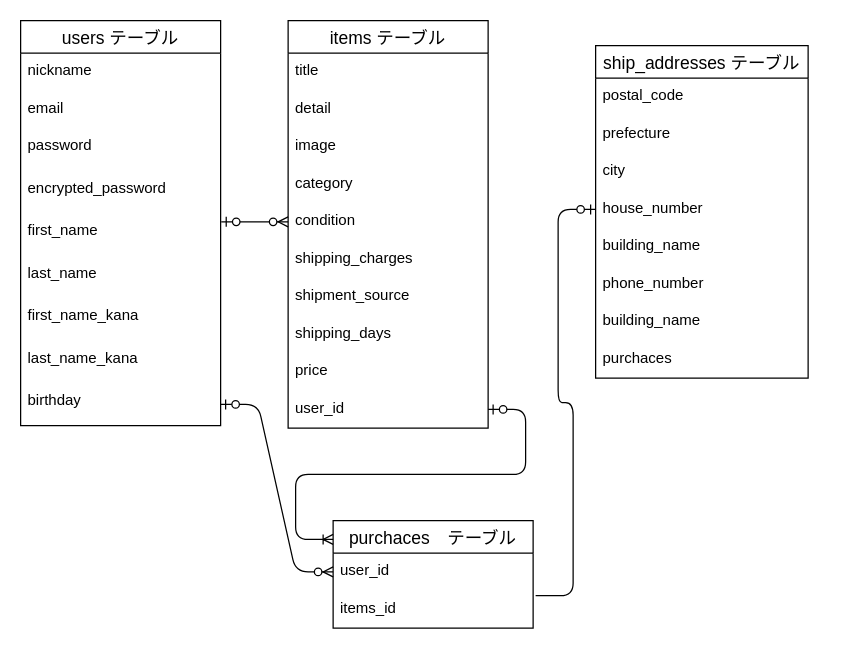
Above: furima.dio in toku39/furima-36088 (draw.io), before the change. Source tidied: cells renumbered, new cells numbered last; positions are measured from the earlier drawing's top-left corner, leaving out a move shared by most shapes. Both pictures are drawn from the tidied source at 125%, with x=0, y=0 at pixel (20, 20).
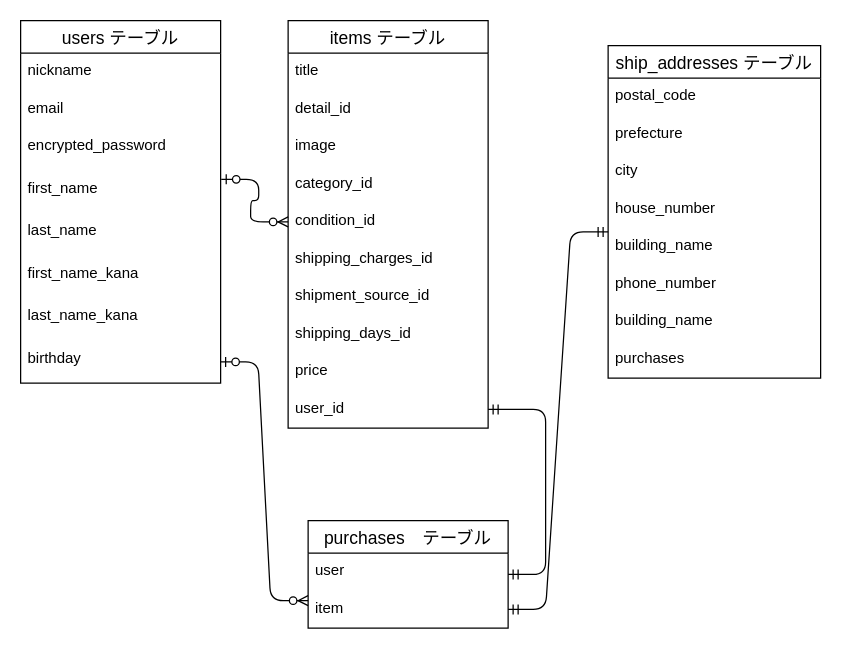
Above is the later version.

Commit message (it also covers changes not shown here):
データベース設計　修正#2

Unchanged cells that the change refers to:
```xml
<mxCell id="12" value="items テーブル" style="swimlane;fontStyle=0;horizontal=1;startSize=26;align=center;fontSize=14;" parent="1" vertex="1">
  <mxGeometry x="214" width="160" height="326" as="geometry" />
</mxCell>
<mxCell id="22" value="user_id" style="text;strokeColor=none;fillColor=none;spacingLeft=4;spacingRight=4;overflow=hidden;points=[[0,0.5],[1,0.5]];portConstraint=eastwest;fontSize=12;" parent="12" vertex="1">
  <mxGeometry y="296" width="160" height="30" as="geometry" />
</mxCell>
```

The edit, as a diff of the source:
```diff
@@
     <mxCell id="2" value="users テーブル" style="swimlane;fontStyle=0;horizontal=1;startSize=26;align=center;fontSize=14;" parent="1" vertex="1">
-      <mxGeometry width="160" height="324" as="geometry" />
+      <mxGeometry width="160" height="290" as="geometry" />
     </mxCell>
@@
-    <mxCell id="5" value="password" style="text;strokeColor=none;fillColor=none;spacingLeft=4;spacingRight=4;overflow=hidden;fontSize=12;" parent="2" vertex="1">
-      <mxGeometry y="86" width="160" height="34" as="geometry" />
-    </mxCell>
     <mxCell id="6" value="encrypted_password&#10;" style="text;strokeColor=none;fillColor=none;spacingLeft=4;spacingRight=4;overflow=hidden;fontSize=12;" parent="2" vertex="1">
-      <mxGeometry y="120" width="160" height="34" as="geometry" />
+      <mxGeometry y="86" width="160" height="34" as="geometry" />
     </mxCell>
     <mxCell id="7" value="first_name" style="text;strokeColor=none;fillColor=none;spacingLeft=4;spacingRight=4;overflow=hidden;points=[[0,0.5],[1,0.5]];portConstraint=eastwest;fontSize=12;" parent="2" vertex="1">
-      <mxGeometry y="154" width="160" height="34" as="geometry" />
+      <mxGeometry y="120" width="160" height="34" as="geometry" />
     </mxCell>
     <mxCell id="8" value="last_name" style="text;strokeColor=none;fillColor=none;spacingLeft=4;spacingRight=4;overflow=hidden;fontSize=12;" parent="2" vertex="1">
-      <mxGeometry y="188" width="160" height="34" as="geometry" />
+      <mxGeometry y="154" width="160" height="34" as="geometry" />
     </mxCell>
     <mxCell id="9" value="first_name_kana" style="text;strokeColor=none;fillColor=none;spacingLeft=4;spacingRight=4;overflow=hidden;fontSize=12;" parent="2" vertex="1">
-      <mxGeometry y="222" width="160" height="34" as="geometry" />
+      <mxGeometry y="188" width="160" height="34" as="geometry" />
     </mxCell>
     <mxCell id="10" value="last_name_kana&#10;" style="text;strokeColor=none;fillColor=none;spacingLeft=4;spacingRight=4;overflow=hidden;fontSize=12;" parent="2" vertex="1">
-      <mxGeometry y="256" width="160" height="34" as="geometry" />
+      <mxGeometry y="222" width="160" height="34" as="geometry" />
     </mxCell>
     <mxCell id="11" value="birthday" style="text;strokeColor=none;fillColor=none;spacingLeft=4;spacingRight=4;overflow=hidden;points=[[0,0.5],[1,0.5]];portConstraint=eastwest;fontSize=12;" parent="2" vertex="1">
-      <mxGeometry y="290" width="160" height="34" as="geometry" />
+      <mxGeometry y="256" width="160" height="34" as="geometry" />
     </mxCell>
@@
-    <mxCell id="14" value="detail" style="text;strokeColor=none;fillColor=none;spacingLeft=4;spacingRight=4;overflow=hidden;fontSize=12;" parent="12" vertex="1">
+    <mxCell id="14" value="detail_id" style="text;strokeColor=none;fillColor=none;spacingLeft=4;spacingRight=4;overflow=hidden;fontSize=12;" parent="12" vertex="1">
       <mxGeometry y="56" width="160" height="30" as="geometry" />
     </mxCell>
@@
-    <mxCell id="16" value="category" style="text;strokeColor=none;fillColor=none;spacingLeft=4;spacingRight=4;overflow=hidden;fontSize=12;" parent="12" vertex="1">
+    <mxCell id="16" value="category_id" style="text;strokeColor=none;fillColor=none;spacingLeft=4;spacingRight=4;overflow=hidden;fontSize=12;" parent="12" vertex="1">
       <mxGeometry y="116" width="160" height="30" as="geometry" />
     </mxCell>
-    <mxCell id="17" value="condition" style="text;strokeColor=none;fillColor=none;spacingLeft=4;spacingRight=4;overflow=hidden;points=[[0,0.5],[1,0.5]];portConstraint=eastwest;fontSize=12;" parent="12" vertex="1">
+    <mxCell id="17" value="condition_id" style="text;strokeColor=none;fillColor=none;spacingLeft=4;spacingRight=4;overflow=hidden;points=[[0,0.5],[1,0.5]];portConstraint=eastwest;fontSize=12;" parent="12" vertex="1">
       <mxGeometry y="146" width="160" height="30" as="geometry" />
     </mxCell>
-    <mxCell id="18" value="shipping_charges" style="text;strokeColor=none;fillColor=none;spacingLeft=4;spacingRight=4;overflow=hidden;fontSize=12;" parent="12" vertex="1">
+    <mxCell id="18" value="shipping_charges_id" style="text;strokeColor=none;fillColor=none;spacingLeft=4;spacingRight=4;overflow=hidden;fontSize=12;" parent="12" vertex="1">
       <mxGeometry y="176" width="160" height="30" as="geometry" />
     </mxCell>
-    <mxCell id="19" value="shipment_source" style="text;strokeColor=none;fillColor=none;spacingLeft=4;spacingRight=4;overflow=hidden;fontSize=12;" parent="12" vertex="1">
+    <mxCell id="19" value="shipment_source_id" style="text;strokeColor=none;fillColor=none;spacingLeft=4;spacingRight=4;overflow=hidden;fontSize=12;" parent="12" vertex="1">
       <mxGeometry y="206" width="160" height="30" as="geometry" />
     </mxCell>
-    <mxCell id="20" value="shipping_days" style="text;strokeColor=none;fillColor=none;spacingLeft=4;spacingRight=4;overflow=hidden;fontSize=12;" parent="12" vertex="1">
+    <mxCell id="20" value="shipping_days_id" style="text;strokeColor=none;fillColor=none;spacingLeft=4;spacingRight=4;overflow=hidden;fontSize=12;" parent="12" vertex="1">
       <mxGeometry y="236" width="160" height="30" as="geometry" />
     </mxCell>
@@
     <mxCell id="23" value="ship_addresses テーブル" style="swimlane;fontStyle=0;horizontal=1;startSize=26;align=center;fontSize=14;" parent="1" vertex="1">
-      <mxGeometry x="460" y="20" width="170" height="266" as="geometry" />
+      <mxGeometry x="470" y="20" width="170" height="266" as="geometry" />
     </mxCell>
@@
-    <mxCell id="31" value="purchaces" style="text;strokeColor=none;fillColor=none;spacingLeft=4;spacingRight=4;overflow=hidden;fontSize=12;" parent="23" vertex="1">
+    <mxCell id="31" value="purchases" style="text;strokeColor=none;fillColor=none;spacingLeft=4;spacingRight=4;overflow=hidden;fontSize=12;" parent="23" vertex="1">
       <mxGeometry y="236" width="170" height="30" as="geometry" />
     </mxCell>
-    <mxCell id="32" value="purchaces　テーブル" style="swimlane;fontStyle=0;horizontal=1;startSize=26;align=center;fontSize=14;" parent="1" vertex="1">
-      <mxGeometry x="250" y="400" width="160" height="86" as="geometry" />
+    <mxCell id="32" value="purchases　テーブル" style="swimlane;fontStyle=0;horizontal=1;startSize=26;align=center;fontSize=14;" parent="1" vertex="1">
+      <mxGeometry x="230" y="400" width="160" height="86" as="geometry" />
     </mxCell>
-    <mxCell id="33" value="user_id" style="text;strokeColor=none;fillColor=none;spacingLeft=4;spacingRight=4;overflow=hidden;points=[[0,0.5],[1,0.5]];portConstraint=eastwest;fontSize=12;" parent="32" vertex="1">
+    <mxCell id="33" value="user" style="text;strokeColor=none;fillColor=none;spacingLeft=4;spacingRight=4;overflow=hidden;points=[[0,0.5],[1,0.5]];portConstraint=eastwest;fontSize=12;" parent="32" vertex="1">
       <mxGeometry y="26" width="160" height="30" as="geometry" />
     </mxCell>
-    <mxCell id="34" value="items_id" style="text;strokeColor=none;fillColor=none;spacingLeft=4;spacingRight=4;overflow=hidden;points=[[0,0.5],[1,0.5]];portConstraint=eastwest;fontSize=12;" parent="32" vertex="1">
+    <mxCell id="34" value="item" style="text;strokeColor=none;fillColor=none;spacingLeft=4;spacingRight=4;overflow=hidden;points=[[0,0.5],[1,0.5]];portConstraint=eastwest;fontSize=12;" parent="32" vertex="1">
       <mxGeometry y="56" width="160" height="30" as="geometry" />
     </mxCell>
@@
-    <mxCell id="36" style="edgeStyle=entityRelationEdgeStyle;fontSize=12;html=1;endArrow=ERzeroToMany;startArrow=ERzeroToOne;" parent="1" edge="1" source="11" target="33">
-      <mxGeometry relative="1" as="geometry" />
+    <mxCell id="36" style="edgeStyle=entityRelationEdgeStyle;fontSize=12;html=1;endArrow=ERzeroToMany;startArrow=ERzeroToOne;" parent="1" edge="1" source="11">
+      <mxGeometry relative="1" as="geometry">
+        <mxPoint x="230" y="464" as="targetPoint" />
+      </mxGeometry>
     </mxCell>
-    <mxCell id="37" style="edgeStyle=entityRelationEdgeStyle;fontSize=12;html=1;endArrow=ERzeroToOne;endFill=1;" parent="1" edge="1">
-      <mxGeometry relative="1" as="geometry">
-        <mxPoint x="412" y="460" as="sourcePoint" />
-        <mxPoint x="460" y="151" as="targetPoint" />
-      </mxGeometry>
-    </mxCell>
-    <mxCell id="38" style="edgeStyle=entityRelationEdgeStyle;fontSize=12;html=1;endArrow=ERoneToMany;startArrow=ERzeroToOne;" parent="1" edge="1" source="22">
+    <mxCell id="38" style="edgeStyle=entityRelationEdgeStyle;fontSize=12;html=1;endArrow=ERmandOne;startArrow=ERmandOne;" parent="1" edge="1" target="22">
       <mxGeometry relative="1" as="geometry">
-        <mxPoint x="250" y="415" as="targetPoint" />
+        <mxPoint x="390" y="443" as="sourcePoint" />
       </mxGeometry>
     </mxCell>
+    <mxCell id="39" style="edgeStyle=entityRelationEdgeStyle;fontSize=12;html=1;endArrow=ERmandOne;startArrow=ERmandOne;exitX=1;exitY=0.5;exitDx=0;exitDy=0;" parent="1" edge="1" source="34">
+      <mxGeometry relative="1" as="geometry">
+        <mxPoint x="470" y="169" as="targetPoint" />
+      </mxGeometry>
+    </mxCell>
```
